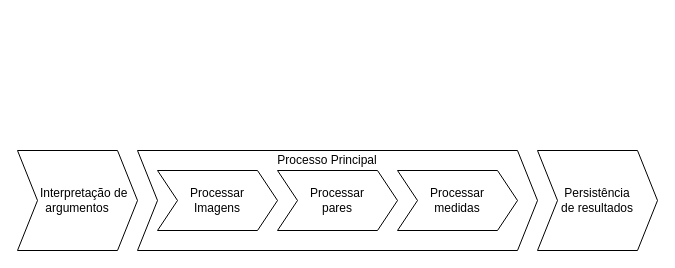
Above: page "Macro" (1 of 6) of Final_Diagrams.drawio in tatorj/Tcc (draw.io), before the change. Source tidied: cells renumbered, new cells numbered last; positions are measured from the earlier drawing's top-left corner, leaving out a move shared by most shapes. Both pictures are drawn from the tidied source at 100%, with x=0, y=0 at pixel (17, 150).
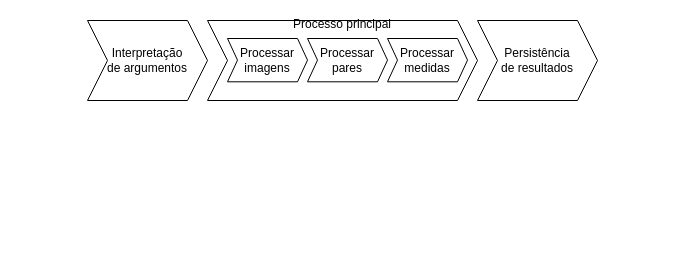
After the change.

Diff of the diagram source:
```diff
@@
 <mxGraphModel>
   <root>
     <mxCell id="0" />
     <mxCell id="1" parent="0" />
-    <mxCell id="2" style="shape=step;perimeter=stepPerimeter;whiteSpace=wrap;html=1;fixedSize=1;" parent="1" vertex="1">
-      <mxGeometry x="120" width="400" height="100" as="geometry" />
-    </mxCell>
+    <mxCell id="9" value="Processo principal&lt;br&gt;&lt;br&gt;&lt;br&gt;&lt;br&gt;&lt;br&gt;&lt;br&gt;" style="shape=step;perimeter=stepPerimeter;whiteSpace=wrap;html=1;fixedSize=1;" parent="1" vertex="1">
+      <mxGeometry x="190" y="-130" width="270" height="80" as="geometry" />
+    </mxCell>
-    <mxCell id="3" value="&amp;nbsp; &amp;nbsp; Interpretação de argumentos" style="shape=step;perimeter=stepPerimeter;whiteSpace=wrap;html=1;fixedSize=1;" parent="1" vertex="1">
-      <mxGeometry width="120" height="100" as="geometry" />
+    <mxCell id="3" value="Interpretação&lt;br&gt;de argumentos" style="shape=step;perimeter=stepPerimeter;whiteSpace=wrap;html=1;fixedSize=1;" parent="1" vertex="1">
+      <mxGeometry x="70" y="-130" width="120" height="80" as="geometry" />
     </mxCell>
+    <mxCell id="8" value="Persistência&lt;br&gt;de resultados" style="shape=step;perimeter=stepPerimeter;whiteSpace=wrap;html=1;fixedSize=1;" parent="1" vertex="1">
+      <mxGeometry x="460" y="-130" width="120" height="80" as="geometry" />
+    </mxCell>
+    <mxCell id="10" value="Processar&lt;br&gt;imagens" style="shape=step;perimeter=stepPerimeter;whiteSpace=wrap;html=1;fixedSize=1;size=10;" parent="1" vertex="1">
+      <mxGeometry x="210" y="-112" width="80" height="43.3" as="geometry" />
+    </mxCell>
+    <mxCell id="5" value="Processar&lt;br&gt;pares" style="shape=step;perimeter=stepPerimeter;whiteSpace=wrap;html=1;fixedSize=1;size=10;" parent="1" vertex="1">
+      <mxGeometry x="290" y="-112" width="80" height="43.3" as="geometry" />
+    </mxCell>
-    <mxCell id="4" value="Processar&lt;br&gt;medidas" style="shape=step;perimeter=stepPerimeter;whiteSpace=wrap;html=1;fixedSize=1;" parent="1" vertex="1">
-      <mxGeometry x="380" y="20" width="120" height="60" as="geometry" />
+    <mxCell id="4" value="Processar&lt;br&gt;medidas" style="shape=step;perimeter=stepPerimeter;whiteSpace=wrap;html=1;fixedSize=1;size=10;" parent="1" vertex="1">
+      <mxGeometry x="370" y="-112" width="80" height="43.3" as="geometry" />
     </mxCell>
-    <mxCell id="5" value="Processar&lt;br&gt;pares" style="shape=step;perimeter=stepPerimeter;whiteSpace=wrap;html=1;fixedSize=1;" parent="1" vertex="1">
-      <mxGeometry x="260" y="20" width="120" height="60" as="geometry" />
-    </mxCell>
-    <mxCell id="6" value="Processar&lt;br&gt;Imagens" style="shape=step;perimeter=stepPerimeter;whiteSpace=wrap;html=1;fixedSize=1;" parent="1" vertex="1">
-      <mxGeometry x="140" y="20" width="120" height="60" as="geometry" />
-    </mxCell>
-    <mxCell id="7" value="Processo Principal" style="text;html=1;strokeColor=none;fillColor=none;align=center;verticalAlign=middle;whiteSpace=wrap;rounded=0;" parent="1" vertex="1">
-      <mxGeometry x="240" width="140" height="20" as="geometry" />
-    </mxCell>
-    <mxCell id="8" value="Persistência&lt;br&gt;de resultados" style="shape=step;perimeter=stepPerimeter;whiteSpace=wrap;html=1;fixedSize=1;" parent="1" vertex="1">
-      <mxGeometry x="520" width="120" height="100" as="geometry" />
-    </mxCell>
   </root>
 </mxGraphModel>
```
